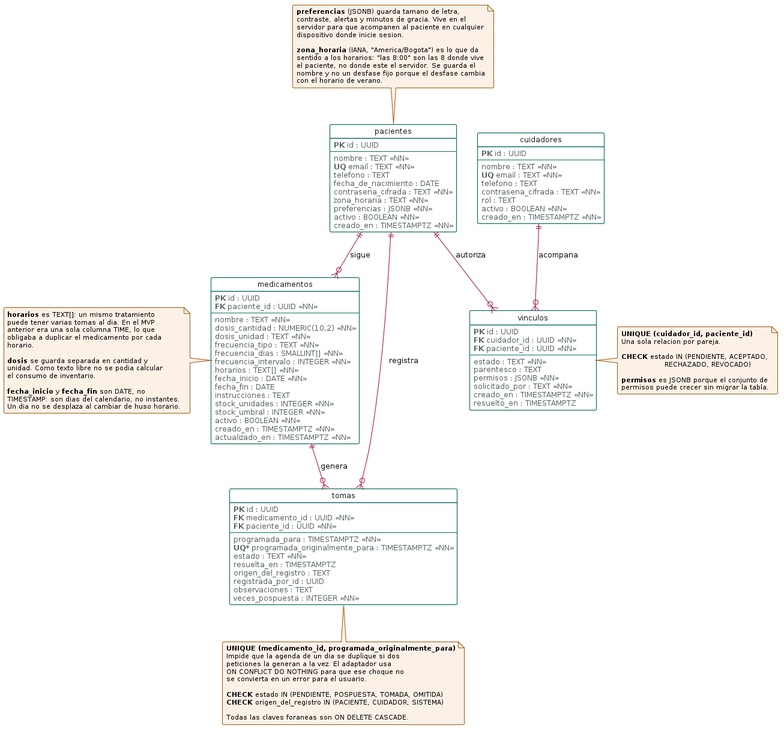
Above: docs/diagramas/08-entidad-relacion.png in EmmanuelC06/Chronova (PlantUML), before the change. Its source is kept beside it as docs/diagramas/fuentes/08-entidad-relacion.puml.
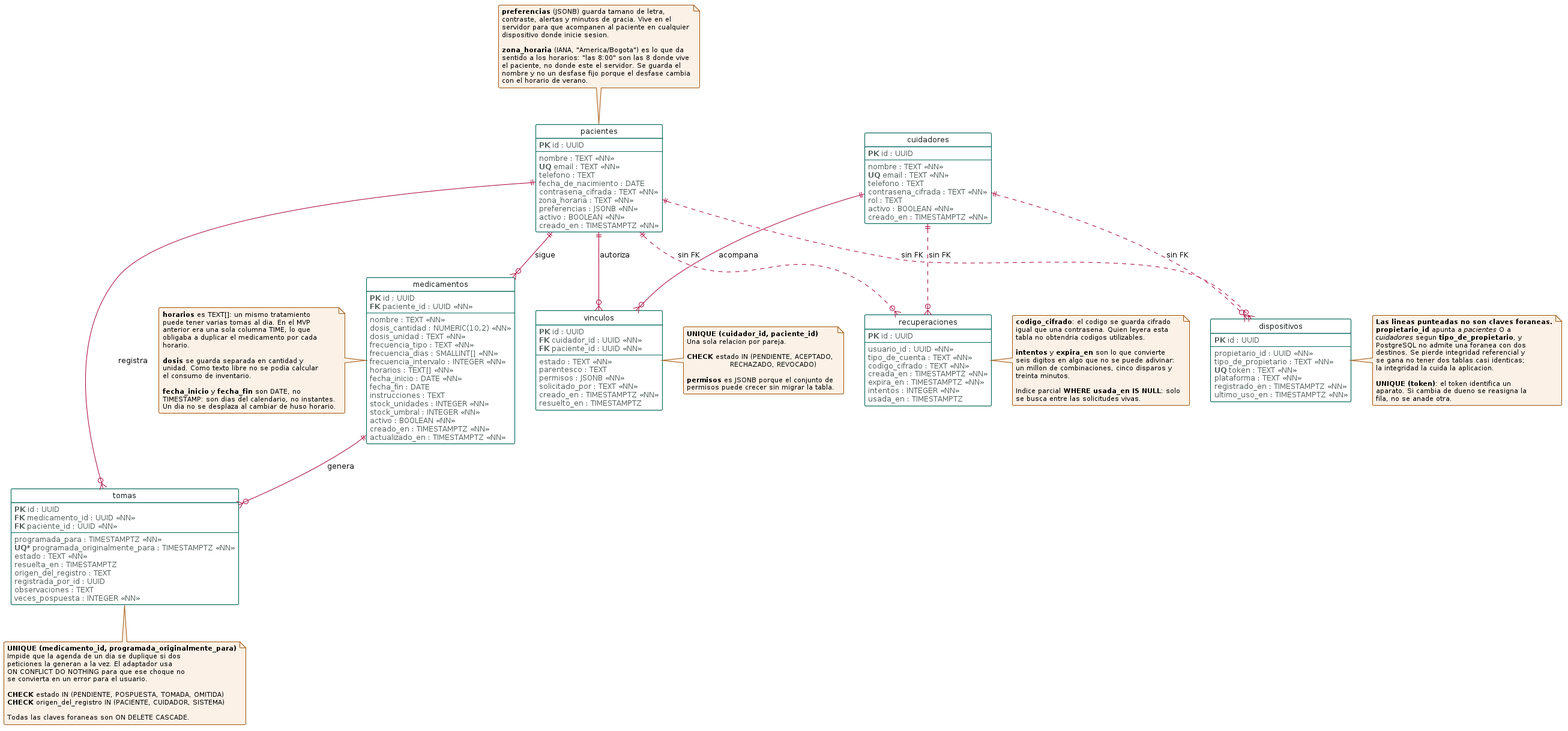
Later version of the same file.

What changed in the source:
```diff
@@ -1,4 +1,4 @@
-@startuml entidad-relacion
+@startuml 08-entidad-relacion
 
 skinparam backgroundColor #FFFFFF
 skinparam shadowing false
@@ -98,11 +98,39 @@
   resuelto_en : TIMESTAMPTZ
 }
 
+entity "dispositivos" as dispositivos {
+  <b>PK</b> id : UUID
+  --
+  propietario_id : UUID <<NN>>
+  tipo_de_propietario : TEXT <<NN>>
+  <b>UQ</b> token : TEXT <<NN>>
+  plataforma : TEXT <<NN>>
+  registrado_en : TIMESTAMPTZ <<NN>>
+  ultimo_uso_en : TIMESTAMPTZ <<NN>>
+}
+
+entity "recuperaciones" as recuperaciones {
+  <b>PK</b> id : UUID
+  --
+  usuario_id : UUID <<NN>>
+  tipo_de_cuenta : TEXT <<NN>>
+  codigo_cifrado : TEXT <<NN>>
+  creada_en : TIMESTAMPTZ <<NN>>
+  expira_en : TIMESTAMPTZ <<NN>>
+  intentos : INTEGER <<NN>>
+  usada_en : TIMESTAMPTZ
+}
+
 pacientes ||--o{ medicamentos : "sigue"
 pacientes ||--o{ tomas : "registra"
 medicamentos ||--o{ tomas : "genera"
 pacientes ||--o{ vinculos : "autoriza"
 cuidadores ||--o{ vinculos : "acompana"
+
+pacientes ||..o{ dispositivos : "sin FK"
+cuidadores ||..o{ dispositivos : "sin FK"
+pacientes ||..o{ recuperaciones : "sin FK"
+cuidadores ||..o{ recuperaciones : "sin FK"
 
 note bottom of tomas
   <b>UNIQUE (medicamento_id, programada_originalmente_para)</b>
@@ -144,6 +172,34 @@
   Un dia no se desplaza al cambiar de huso horario.
 end note
 
+note right of dispositivos
+  <b>Las lineas punteadas no son claves foraneas.</b>
+  <b>propietario_id</b> apunta a <i>pacientes</i> O a
+  <i>cuidadores</i> segun <b>tipo_de_propietario</b>, y
+  PostgreSQL no admite una foranea con dos
+  destinos. Se pierde integridad referencial y
+  se gana no tener dos tablas casi identicas;
+  la integridad la cuida la aplicacion.
+
+  <b>UNIQUE (token)</b>: el token identifica un
+  aparato. Si cambia de dueno se reasigna la
+  fila, no se anade otra.
+end note
+
+note right of recuperaciones
+  <b>codigo_cifrado</b>: el codigo se guarda cifrado
+  igual que una contrasena. Quien leyera esta
+  tabla no obtendria codigos utilizables.
+
+  <b>intentos</b> y <b>expira_en</b> son lo que convierte
+  seis digitos en algo que no se puede adivinar:
+  un millon de combinaciones, cinco disparos y
+  treinta minutos.
+
+  Indice parcial <b>WHERE usada_en IS NULL</b>: solo
+  se busca entre las solicitudes vivas.
+end note
+
 note top of pacientes
   <b>preferencias</b> (JSONB) guarda tamano de letra,
   contraste, alertas y minutos de gracia. Vive en el
```
